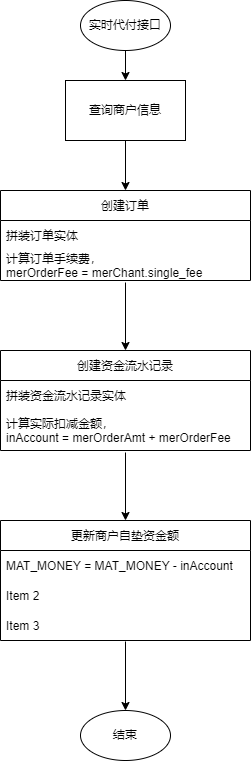
This is 商户交易手续费计算.png from songyibo2019/mydiagrams, a draw.io export, as it was before one commit. Source tidied: cells renumbered, new cells last; positions are measured from the earlier drawing's top-left corner, leaving out a move shared by most shapes.
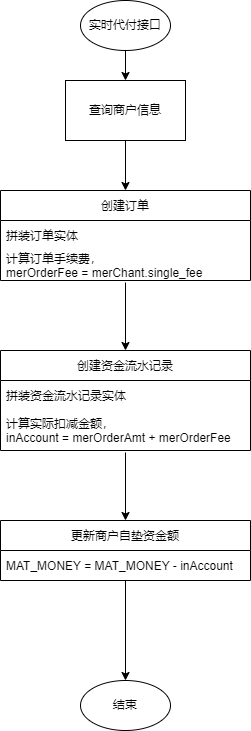
The same diagram one commit later.

Commit message:
Update 商户交易手续费计算.png

The edit, as a diff of the source:
```diff
@@ -15,7 +15,7 @@
       <mxGeometry x="65" y="80" width="120" height="60" as="geometry" />
     </mxCell>
     <mxCell id="6" value="结束" style="ellipse;whiteSpace=wrap;html=1;" parent="1" vertex="1">
-      <mxGeometry x="80" y="710" width="90" height="50" as="geometry" />
+      <mxGeometry x="80" y="680" width="90" height="50" as="geometry" />
     </mxCell>
     <mxCell id="7" value="创建订单" style="swimlane;fontStyle=0;horizontal=1;startSize=30;" parent="1" vertex="1">
       <mxGeometry y="190" width="250" height="90" as="geometry" />
@@ -36,24 +36,18 @@
       <mxGeometry y="60" width="250" height="40" as="geometry" />
     </mxCell>
     <mxCell id="13" value="更新商户自垫资金额" style="swimlane;fontStyle=0;horizontal=1;startSize=30;" parent="1" vertex="1">
-      <mxGeometry y="520" width="250" height="120" as="geometry" />
+      <mxGeometry y="520" width="250" height="60" as="geometry" />
     </mxCell>
     <mxCell id="14" value="MAT_MONEY = MAT_MONEY - inAccount" style="text;strokeColor=none;fillColor=none;align=left;verticalAlign=middle;spacingLeft=4;spacingRight=4;overflow=hidden;points=[[0,0.5],[1,0.5]];portConstraint=eastwest;" parent="13" vertex="1">
       <mxGeometry y="30" width="250" height="30" as="geometry" />
     </mxCell>
-    <mxCell id="15" value="Item 2" style="text;strokeColor=none;fillColor=none;align=left;verticalAlign=middle;spacingLeft=4;spacingRight=4;overflow=hidden;" parent="13" vertex="1">
-      <mxGeometry y="60" width="250" height="30" as="geometry" />
-    </mxCell>
-    <mxCell id="16" value="Item 3" style="text;strokeColor=none;fillColor=none;align=left;verticalAlign=middle;spacingLeft=4;spacingRight=4;overflow=hidden;points=[[0,0.5],[1,0.5]];portConstraint=eastwest;" parent="13" vertex="1">
-      <mxGeometry y="90" width="250" height="30" as="geometry" />
-    </mxCell>
     <mxCell id="17" style="endArrow=classic;html=1;rounded=0;exitX=0.5;exitY=1.067;exitDx=0;exitDy=0;exitPerimeter=0;entryX=0.5;entryY=0;entryDx=0;entryDy=0;" parent="1" edge="1" source="9" target="10">
       <mxGeometry relative="1" as="geometry" />
     </mxCell>
     <mxCell id="18" style="endArrow=classic;html=1;rounded=0;exitX=0.5;exitY=1.05;exitDx=0;exitDy=0;exitPerimeter=0;entryX=0.5;entryY=0;entryDx=0;entryDy=0;" parent="1" edge="1" source="12" target="13">
       <mxGeometry relative="1" as="geometry" />
     </mxCell>
-    <mxCell id="19" style="endArrow=classic;html=1;rounded=0;exitX=0.5;exitY=1.033;exitDx=0;exitDy=0;exitPerimeter=0;entryX=0.5;entryY=0;entryDx=0;entryDy=0;" parent="1" edge="1" source="16" target="6">
+    <mxCell id="19" style="endArrow=classic;html=1;rounded=0;exitX=0.5;exitY=1;exitDx=0;exitDy=0;exitPerimeter=0;entryX=0.5;entryY=0;entryDx=0;entryDy=0;" parent="1" edge="1" source="14" target="6">
       <mxGeometry relative="1" as="geometry" />
     </mxCell>
   </root>
```
